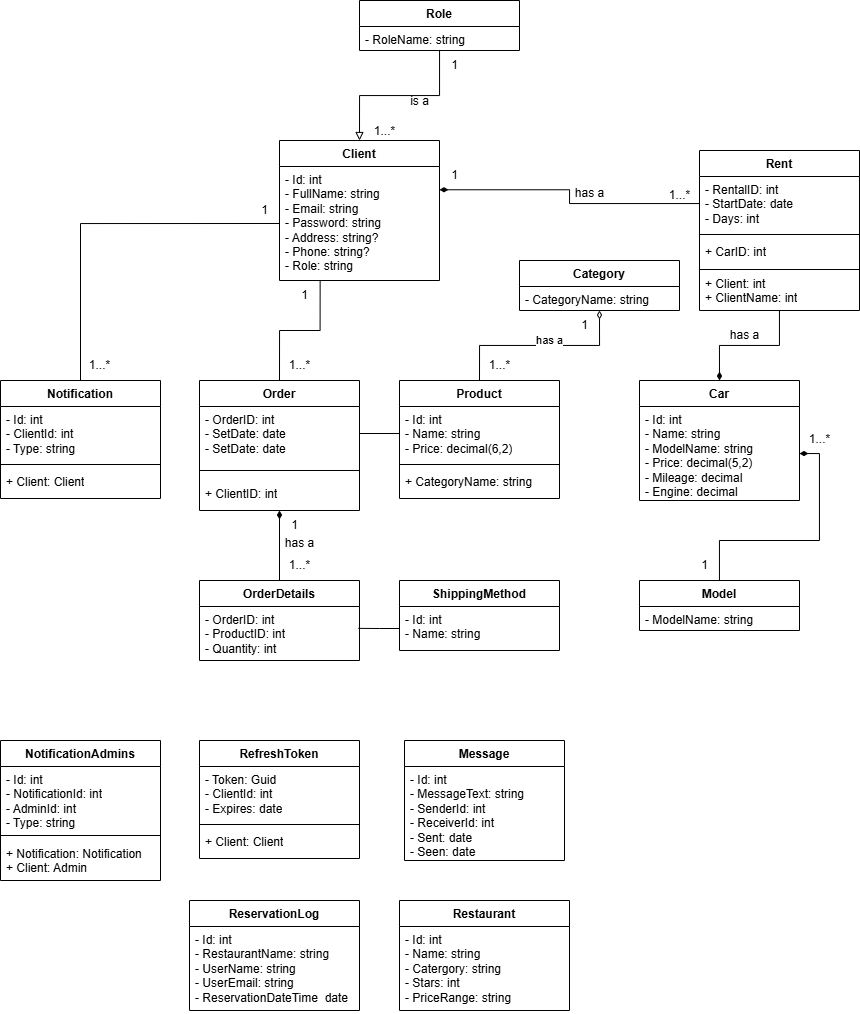
Earlier version of the draw.io export docs/image_files/UML.drawio.png (RinorAgaj/DizajniSistemitSoftuerit-Project). Source tidied: cells renumbered, new cells last; positions are measured from the earlier drawing's top-left corner, leaving out a move shared by most shapes.
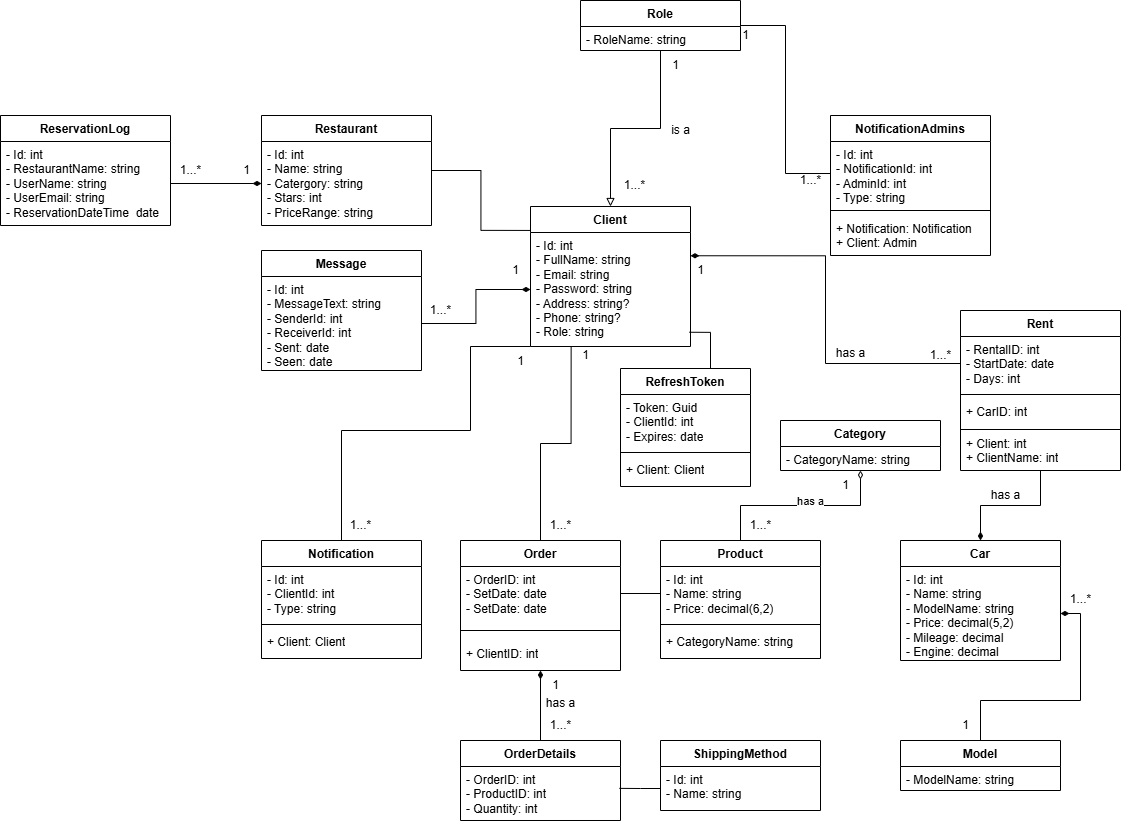
After the change.

Diff of the diagram source:
```diff
@@ -23,13 +23,13 @@
       <mxGeometry y="26" width="160" height="24" as="geometry" />
     </mxCell>
     <mxCell id="8" value="Client" style="swimlane;fontStyle=1;align=center;verticalAlign=top;horizontal=1;startSize=26;whiteSpace=wrap;html=1;" parent="1" vertex="1">
-      <mxGeometry x="279" y="140" width="160" height="140" as="geometry" />
+      <mxGeometry x="269" y="46" width="160" height="140" as="geometry" />
     </mxCell>
     <mxCell id="9" value="- Id: int&lt;div&gt;- FullName: string&lt;/div&gt;&lt;div&gt;&lt;div&gt;- Email: string&lt;/div&gt;&lt;div&gt;- Password: string&lt;/div&gt;&lt;/div&gt;&lt;div&gt;&lt;span style=&quot;background-color: transparent;&quot;&gt;&lt;font style=&quot;color: rgb(0, 0, 0);&quot;&gt;&lt;font&gt;- &lt;/font&gt;Address&lt;font&gt;: string?&lt;/font&gt;&lt;/font&gt;&lt;/span&gt;&lt;/div&gt;&lt;div&gt;&lt;div&gt;&lt;span style=&quot;background-color: transparent;&quot;&gt;- Phone: string?&lt;/span&gt;&lt;/div&gt;&lt;/div&gt;&lt;div&gt;&lt;div&gt;&lt;span style=&quot;background-color: transparent;&quot;&gt;- Role: string&lt;/span&gt;&lt;/div&gt;&lt;/div&gt;" style="text;strokeColor=none;fillColor=none;align=left;verticalAlign=top;spacingLeft=4;spacingRight=4;overflow=hidden;points=[[0,0.5],[1,0.5]];portConstraint=eastwest;whiteSpace=wrap;html=1;" parent="8" vertex="1">
       <mxGeometry y="26" width="160" height="114" as="geometry" />
     </mxCell>
     <mxCell id="10" value="Message" style="swimlane;fontStyle=1;align=center;verticalAlign=top;horizontal=1;startSize=26;whiteSpace=wrap;html=1;" parent="1" vertex="1">
-      <mxGeometry x="404" y="740" width="160" height="120" as="geometry" />
+      <mxGeometry y="90" width="160" height="120" as="geometry" />
     </mxCell>
     <mxCell id="11" value="- Id: int&lt;div&gt;- MessageText: string&lt;/div&gt;&lt;div&gt;&lt;div&gt;- SenderId: int&lt;/div&gt;&lt;div&gt;- ReceiverId: int&lt;/div&gt;&lt;/div&gt;&lt;div&gt;&lt;span style=&quot;background-color: transparent;&quot;&gt;&lt;font style=&quot;color: rgb(0, 0, 0);&quot;&gt;&lt;font style=&quot;color: light-dark(rgb(0, 0, 0), rgb(237, 237, 237));&quot;&gt;-&amp;nbsp;&lt;/font&gt;&lt;font style=&quot;&quot;&gt;Sent&lt;font style=&quot;color: rgb(0, 0, 0);&quot;&gt;: &lt;font style=&quot;color: rgb(0, 0, 0);&quot;&gt;date&lt;/font&gt;&lt;/font&gt;&lt;/font&gt;&lt;/font&gt;&lt;/span&gt;&lt;/div&gt;&lt;div&gt;&lt;div&gt;&lt;span style=&quot;background-color: transparent;&quot;&gt;- Seen: date&lt;/span&gt;&lt;/div&gt;&lt;/div&gt;" style="text;strokeColor=none;fillColor=none;align=left;verticalAlign=top;spacingLeft=4;spacingRight=4;overflow=hidden;points=[[0,0.5],[1,0.5]];portConstraint=eastwest;whiteSpace=wrap;html=1;" parent="10" vertex="1">
       <mxGeometry y="26" width="160" height="94" as="geometry" />
@@ -56,7 +56,7 @@
       <mxGeometry y="88" width="160" height="30" as="geometry" />
     </mxCell>
     <mxCell id="19" value="NotificationAdmins" style="swimlane;fontStyle=1;align=center;verticalAlign=top;horizontal=1;startSize=26;whiteSpace=wrap;html=1;" parent="1" vertex="1">
-      <mxGeometry y="740" width="160" height="140" as="geometry" />
+      <mxGeometry x="569" y="-45" width="160" height="140" as="geometry" />
     </mxCell>
     <mxCell id="20" value="- Id: int&lt;div&gt;- NotificationId: int&lt;/div&gt;&lt;div&gt;-&amp;nbsp;AdminId: int&lt;/div&gt;&lt;div&gt;&lt;div&gt;- Type: string&lt;/div&gt;&lt;/div&gt;" style="text;strokeColor=none;fillColor=none;align=left;verticalAlign=top;spacingLeft=4;spacingRight=4;overflow=hidden;points=[[0,0.5],[1,0.5]];portConstraint=eastwest;whiteSpace=wrap;html=1;" parent="19" vertex="1">
       <mxGeometry y="26" width="160" height="64" as="geometry" />
@@ -104,16 +104,16 @@
       <mxGeometry y="88" width="160" height="30" as="geometry" />
     </mxCell>
     <mxCell id="35" value="RefreshToken" style="swimlane;fontStyle=1;align=center;verticalAlign=top;horizontal=1;startSize=26;whiteSpace=wrap;html=1;" parent="1" vertex="1">
-      <mxGeometry x="199" y="740" width="160" height="118" as="geometry" />
+      <mxGeometry x="359" y="208" width="130" height="118" as="geometry" />
     </mxCell>
     <mxCell id="36" value="- Token: Guid&lt;div&gt;- ClientId: int&lt;/div&gt;&lt;div&gt;&lt;div&gt;- Expires: date&lt;/div&gt;&lt;/div&gt;" style="text;strokeColor=none;fillColor=none;align=left;verticalAlign=top;spacingLeft=4;spacingRight=4;overflow=hidden;whiteSpace=wrap;html=1;" parent="35" vertex="1">
-      <mxGeometry y="26" width="160" height="54" as="geometry" />
+      <mxGeometry y="26" width="130" height="54" as="geometry" />
     </mxCell>
     <mxCell id="37" style="line;strokeWidth=1;fillColor=none;align=left;verticalAlign=middle;spacingTop=-1;spacingLeft=3;spacingRight=3;labelPosition=right;strokeColor=inherit;" parent="35" vertex="1">
-      <mxGeometry y="80" width="160" height="8" as="geometry" />
+      <mxGeometry y="80" width="130" height="8" as="geometry" />
     </mxCell>
     <mxCell id="38" value="+ Client: Client" style="text;strokeColor=none;fillColor=none;align=left;verticalAlign=top;spacingLeft=4;spacingRight=4;overflow=hidden;whiteSpace=wrap;html=1;" parent="35" vertex="1">
-      <mxGeometry y="88" width="160" height="30" as="geometry" />
+      <mxGeometry y="88" width="130" height="30" as="geometry" />
     </mxCell>
     <mxCell id="39" style="edgeStyle=orthogonalEdgeStyle;rounded=0;jettySize=auto;html=1;entryX=0.5;entryY=0;entryDx=0;entryDy=0;endArrow=diamondThin;endFill=1;" parent="1" edge="1" source="40" target="2">
       <mxGeometry relative="1" as="geometry" />
@@ -137,13 +137,13 @@
       <mxGeometry y="120" width="160" height="40" as="geometry" />
     </mxCell>
     <mxCell id="46" value="ReservationLog" style="swimlane;fontStyle=1;align=center;verticalAlign=top;horizontal=1;startSize=26;whiteSpace=wrap;html=1;" parent="1" vertex="1">
-      <mxGeometry x="189" y="900" width="170" height="110" as="geometry" />
+      <mxGeometry x="-261" y="-45" width="170" height="110" as="geometry" />
     </mxCell>
     <mxCell id="47" value="- Id: int&lt;div&gt;- RestaurantName: string&lt;/div&gt;&lt;div&gt;&lt;div&gt;- UserName: string&lt;/div&gt;&lt;div&gt;- UserEmail: string&lt;/div&gt;&lt;/div&gt;&lt;div&gt;&lt;span style=&quot;background-color: transparent;&quot;&gt;&lt;font style=&quot;color: rgb(0, 0, 0);&quot;&gt;&lt;font style=&quot;color: light-dark(rgb(0, 0, 0), rgb(237, 237, 237));&quot;&gt;-&amp;nbsp;&lt;/font&gt;&lt;font style=&quot;&quot;&gt;&lt;font style=&quot;color: rgb(0, 0, 0);&quot;&gt;ReservationDateTime&lt;font color=&quot;rgba(0, 0, 0, 0)&quot;&gt;: &lt;/font&gt;&lt;font style=&quot;color: rgb(0, 0, 0);&quot;&gt;date&lt;/font&gt;&lt;/font&gt;&lt;/font&gt;&lt;/font&gt;&lt;/span&gt;&lt;/div&gt;" style="text;strokeColor=none;fillColor=none;align=left;verticalAlign=top;spacingLeft=4;spacingRight=4;overflow=hidden;points=[[0,0.5],[1,0.5]];portConstraint=eastwest;whiteSpace=wrap;html=1;" parent="46" vertex="1">
       <mxGeometry y="26" width="170" height="84" as="geometry" />
     </mxCell>
     <mxCell id="48" value="Restaurant" style="swimlane;fontStyle=1;align=center;verticalAlign=top;horizontal=1;startSize=26;whiteSpace=wrap;html=1;" parent="1" vertex="1">
-      <mxGeometry x="399" y="900" width="170" height="110" as="geometry" />
+      <mxGeometry y="-45" width="170" height="110" as="geometry" />
     </mxCell>
     <mxCell id="49" value="- Id: int&lt;div&gt;- Name: string&lt;/div&gt;&lt;div&gt;&lt;div&gt;- Catergory: string&lt;/div&gt;&lt;div&gt;- Stars: int&lt;/div&gt;&lt;/div&gt;&lt;div&gt;&lt;span style=&quot;background-color: transparent;&quot;&gt;&lt;font style=&quot;color: rgb(0, 0, 0);&quot;&gt;&lt;font style=&quot;color: light-dark(rgb(0, 0, 0), rgb(237, 237, 237));&quot;&gt;-&amp;nbsp;&lt;/font&gt;&lt;font style=&quot;&quot;&gt;&lt;font style=&quot;color: rgb(0, 0, 0);&quot;&gt;PriceRange&lt;/font&gt;&lt;font style=&quot;color: rgb(0, 0, 0);&quot;&gt;&lt;font style=&quot;color: rgb(0, 0, 0);&quot;&gt;:&lt;/font&gt;&lt;font style=&quot;color: rgb(0, 0, 0);&quot;&gt;&amp;nbsp;string&lt;/font&gt;&lt;/font&gt;&lt;/font&gt;&lt;/font&gt;&lt;/span&gt;&lt;/div&gt;" style="text;strokeColor=none;fillColor=none;align=left;verticalAlign=top;spacingLeft=4;spacingRight=4;overflow=hidden;points=[[0,0.5],[1,0.5]];portConstraint=eastwest;whiteSpace=wrap;html=1;" parent="48" vertex="1">
       <mxGeometry y="26" width="170" height="84" as="geometry" />
@@ -152,7 +152,7 @@
       <mxGeometry relative="1" as="geometry" />
     </mxCell>
     <mxCell id="51" value="Role" style="swimlane;fontStyle=1;align=center;verticalAlign=top;horizontal=1;startSize=26;whiteSpace=wrap;html=1;" parent="1" vertex="1">
-      <mxGeometry x="359" width="160" height="50" as="geometry" />
+      <mxGeometry x="319" y="-160" width="160" height="50" as="geometry" />
     </mxCell>
     <mxCell id="52" value="&lt;span style=&quot;background-color: transparent; color: light-dark(rgb(0, 0, 0), rgb(255, 255, 255));&quot;&gt;- RoleName: string&lt;/span&gt;" style="text;strokeColor=none;fillColor=none;align=left;verticalAlign=top;spacingLeft=4;spacingRight=4;overflow=hidden;whiteSpace=wrap;html=1;" parent="51" vertex="1">
       <mxGeometry y="26" width="160" height="24" as="geometry" />
@@ -163,21 +163,23 @@
     <mxCell id="54" value="&lt;span style=&quot;background-color: transparent; color: light-dark(rgb(0, 0, 0), rgb(255, 255, 255));&quot;&gt;- Id: int&lt;/span&gt;&lt;div&gt;&lt;span style=&quot;background-color: transparent; color: light-dark(rgb(0, 0, 0), rgb(255, 255, 255));&quot;&gt;- Name: string&lt;/span&gt;&lt;/div&gt;" style="text;strokeColor=none;fillColor=none;align=left;verticalAlign=top;spacingLeft=4;spacingRight=4;overflow=hidden;points=[[0,0.5],[1,0.5]];portConstraint=eastwest;whiteSpace=wrap;html=1;" parent="53" vertex="1">
       <mxGeometry y="26" width="160" height="44" as="geometry" />
     </mxCell>
-    <mxCell id="55" style="edgeStyle=orthogonalEdgeStyle;rounded=0;jettySize=auto;html=1;exitX=0.5;exitY=0;exitDx=0;exitDy=0;endArrow=none;endFill=0;entryX=0;entryY=0.5;entryDx=0;entryDy=0;" parent="1" edge="1" source="15" target="9">
+    <mxCell id="55" style="edgeStyle=orthogonalEdgeStyle;rounded=0;jettySize=auto;html=1;exitX=0.5;exitY=0;exitDx=0;exitDy=0;endArrow=none;endFill=0;entryX=0;entryY=1;entryDx=0;entryDy=0;" parent="1" edge="1" source="15" target="8">
       <mxGeometry relative="1" as="geometry">
         <Array as="points">
-          <mxPoint x="80" y="223" />
+          <mxPoint x="80" y="270" />
+          <mxPoint x="209" y="270" />
+          <mxPoint x="209" y="186" />
         </Array>
       </mxGeometry>
     </mxCell>
     <mxCell id="56" value="1" style="text;html=1;align=center;verticalAlign=middle;strokeColor=none;fillColor=none;" parent="1" vertex="1">
-      <mxGeometry x="249" y="195" width="30" height="30" as="geometry" />
+      <mxGeometry x="244" y="186" width="30" height="30" as="geometry" />
     </mxCell>
     <mxCell id="57" value="1...*" style="text;html=1;align=center;verticalAlign=middle;strokeColor=none;fillColor=none;" parent="1" vertex="1">
       <mxGeometry x="79" y="350" width="40" height="30" as="geometry" />
     </mxCell>
     <mxCell id="58" value="1" style="text;html=1;align=center;verticalAlign=middle;strokeColor=none;fillColor=none;" parent="1" vertex="1">
-      <mxGeometry x="289" y="280" width="30" height="30" as="geometry" />
+      <mxGeometry x="309" y="180" width="30" height="30" as="geometry" />
     </mxCell>
     <mxCell id="59" value="1...*" style="text;html=1;align=center;verticalAlign=middle;strokeColor=none;fillColor=none;" parent="1" vertex="1">
       <mxGeometry x="279" y="350" width="40" height="30" as="geometry" />
@@ -186,7 +188,7 @@
       <mxGeometry x="274" y="528" width="50" height="30" as="geometry" />
     </mxCell>
     <mxCell id="61" value="is a" style="text;html=1;align=center;verticalAlign=middle;strokeColor=none;fillColor=none;" parent="1" vertex="1">
-      <mxGeometry x="399" y="86" width="40" height="30" as="geometry" />
+      <mxGeometry x="399" y="-45" width="40" height="30" as="geometry" />
     </mxCell>
     <mxCell id="62" style="edgeStyle=orthogonalEdgeStyle;rounded=0;jettySize=auto;html=1;exitX=0;exitY=0.5;exitDx=0;exitDy=0;entryX=0.993;entryY=0.405;entryDx=0;entryDy=0;entryPerimeter=0;endArrow=none;endFill=0;" parent="1" edge="1" source="54" target="30">
       <mxGeometry relative="1" as="geometry" />
@@ -213,13 +215,13 @@
       <mxGeometry x="279" y="550" width="40" height="30" as="geometry" />
     </mxCell>
     <mxCell id="70" value="1" style="text;html=1;align=center;verticalAlign=middle;strokeColor=none;fillColor=none;" parent="1" vertex="1">
-      <mxGeometry x="439" y="50" width="30" height="30" as="geometry" />
+      <mxGeometry x="399" y="-110" width="30" height="30" as="geometry" />
     </mxCell>
     <mxCell id="71" value="1...*" style="text;html=1;align=center;verticalAlign=middle;strokeColor=none;fillColor=none;" parent="1" vertex="1">
-      <mxGeometry x="364" y="116" width="40" height="30" as="geometry" />
+      <mxGeometry x="353" y="10" width="40" height="30" as="geometry" />
     </mxCell>
     <mxCell id="72" value="1" style="text;html=1;align=center;verticalAlign=middle;strokeColor=none;fillColor=none;" parent="1" vertex="1">
-      <mxGeometry x="439" y="160" width="30" height="30" as="geometry" />
+      <mxGeometry x="424" y="95" width="30" height="30" as="geometry" />
     </mxCell>
     <mxCell id="73" value="1...*" style="text;html=1;align=center;verticalAlign=middle;strokeColor=none;fillColor=none;" parent="1" vertex="1">
       <mxGeometry x="659" y="180" width="40" height="30" as="geometry" />
@@ -233,5 +235,42 @@
     <mxCell id="76" style="edgeStyle=orthogonalEdgeStyle;rounded=0;jettySize=auto;html=1;exitX=0;exitY=0.5;exitDx=0;exitDy=0;entryX=1;entryY=0.5;entryDx=0;entryDy=0;endArrow=none;endFill=0;" parent="1" edge="1" source="32" target="26">
       <mxGeometry relative="1" as="geometry" />
     </mxCell>
+    <mxCell id="77" style="edgeStyle=orthogonalEdgeStyle;rounded=0;jettySize=auto;html=1;entryX=1;entryY=0.5;entryDx=0;entryDy=0;endArrow=none;endFill=0;" parent="1" edge="1" source="20" target="51">
+      <mxGeometry relative="1" as="geometry" />
+    </mxCell>
+    <mxCell id="78" value="1" style="text;html=1;align=center;verticalAlign=middle;strokeColor=none;fillColor=none;" parent="1" vertex="1">
+      <mxGeometry x="469" y="-140" width="30" height="30" as="geometry" />
+    </mxCell>
+    <mxCell id="79" value="1...*" style="text;html=1;align=center;verticalAlign=middle;strokeColor=none;fillColor=none;" parent="1" vertex="1">
+      <mxGeometry x="529" y="5" width="40" height="30" as="geometry" />
+    </mxCell>
+    <mxCell id="80" style="edgeStyle=orthogonalEdgeStyle;rounded=0;jettySize=auto;html=1;exitX=1;exitY=0.5;exitDx=0;exitDy=0;entryX=0;entryY=0.5;entryDx=0;entryDy=0;endArrow=diamondThin;endFill=1;" parent="1" edge="1" source="11" target="9">
+      <mxGeometry relative="1" as="geometry" />
+    </mxCell>
+    <mxCell id="81" value="1" style="text;html=1;align=center;verticalAlign=middle;strokeColor=none;fillColor=none;" parent="1" vertex="1">
+      <mxGeometry x="239" y="95" width="30" height="30" as="geometry" />
+    </mxCell>
+    <mxCell id="82" value="1...*" style="text;html=1;align=center;verticalAlign=middle;strokeColor=none;fillColor=none;" parent="1" vertex="1">
+      <mxGeometry x="159" y="135" width="40" height="30" as="geometry" />
+    </mxCell>
+    <mxCell id="83" style="edgeStyle=orthogonalEdgeStyle;rounded=0;jettySize=auto;html=1;entryX=0;entryY=0.171;entryDx=0;entryDy=0;entryPerimeter=0;endArrow=none;endFill=0;" parent="1" edge="1" source="48" target="8">
+      <mxGeometry relative="1" as="geometry" />
+    </mxCell>
+    <mxCell id="84" style="edgeStyle=orthogonalEdgeStyle;rounded=0;jettySize=auto;html=1;entryX=0;entryY=0.5;entryDx=0;entryDy=0;endArrow=diamondThin;endFill=1;" parent="1" edge="1" source="47" target="49">
+      <mxGeometry relative="1" as="geometry" />
+    </mxCell>
+    <mxCell id="85" value="1...*" style="text;html=1;align=center;verticalAlign=middle;strokeColor=none;fillColor=none;" parent="1" vertex="1">
+      <mxGeometry x="-91" y="-5" width="40" height="30" as="geometry" />
+    </mxCell>
+    <mxCell id="86" value="1" style="text;html=1;align=center;verticalAlign=middle;strokeColor=none;fillColor=none;" parent="1" vertex="1">
+      <mxGeometry x="-30" y="-5" width="30" height="30" as="geometry" />
+    </mxCell>
+    <mxCell id="87" style="edgeStyle=orthogonalEdgeStyle;rounded=0;jettySize=auto;html=1;entryX=0.993;entryY=0.875;entryDx=0;entryDy=0;entryPerimeter=0;endArrow=none;endFill=0;" parent="1" edge="1" source="35" target="9">
+      <mxGeometry relative="1" as="geometry">
+        <Array as="points">
+          <mxPoint x="449" y="172" />
+        </Array>
+      </mxGeometry>
+    </mxCell>
   </root>
 </mxGraphModel>
```
